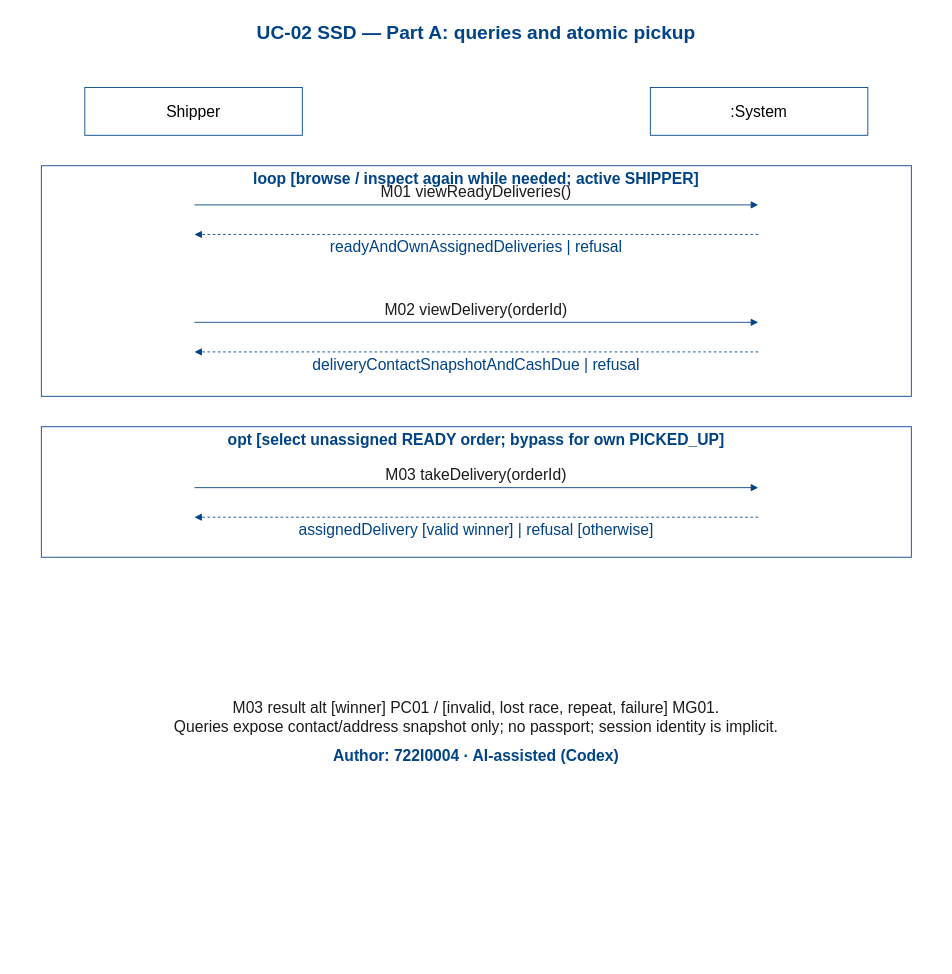
This is models/UC-02/ssd_uc02_PartA.drawio from Dat071104/SaigonBite, a draw.io file, before an edit. Source tidied: cells renumbered, new cells numbered last; positions are measured from the earlier drawing's top-left corner, leaving out a move shared by most shapes. Both pictures are drawn from the tidied source at 87%, with x=0, y=0 at pixel (15, 15).
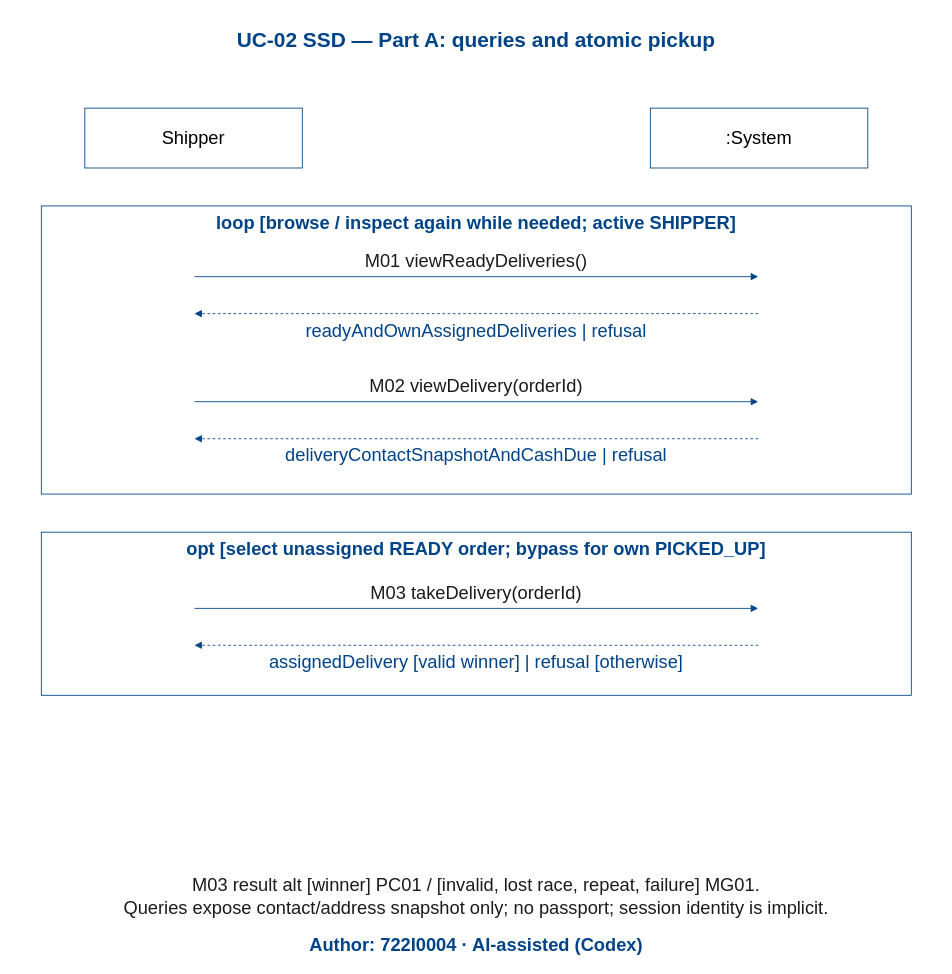
The same page after the edit.

What changed in the source:
```diff
@@
-    <mxCell id="2" value="UC-02 SSD — Part A: queries and atomic pickup" style="text;html=0;whiteSpace=wrap;fontSize=22;fontColor=#004387;fontStyle=1;align=center;verticalAlign=middle;strokeColor=none;fillColor=none;" parent="1" vertex="1">
-      <mxGeometry width="1060" height="42" as="geometry" />
+    <mxCell id="2" value="UC-02 SSD — Part A: queries and atomic pickup" style="text;html=0;whiteSpace=wrap;fontSize=24;fontColor=#004387;fontStyle=1;align=center;verticalAlign=middle;strokeColor=none;fillColor=none;" parent="1" vertex="1">
+      <mxGeometry y="3" width="1060" height="52.5" as="geometry" />
     </mxCell>
-    <mxCell id="3" value="Author: 722I0004 · AI-assisted (Codex)" style="text;html=0;whiteSpace=wrap;fontSize=18;fontColor=#004387;fontStyle=1;align=center;verticalAlign=middle;strokeColor=none;fillColor=none;" parent="1" vertex="1">
-      <mxGeometry y="838" width="1060" height="28" as="geometry" />
+    <mxCell id="3" value="Author: 722I0004 · AI-assisted (Codex)" style="text;html=0;whiteSpace=wrap;fontSize=21;fontColor=#004387;fontStyle=1;align=center;verticalAlign=middle;strokeColor=none;fillColor=none;" parent="1" vertex="1">
+      <mxGeometry y="1050.5" width="1060" height="35" as="geometry" />
     </mxCell>
-    <mxCell id="4" value="Shipper" style="rounded=0;html=0;whiteSpace=wrap;strokeColor=#004387;fillColor=white;fontSize=18;align=center;verticalAlign=middle;" parent="1" vertex="1">
-      <mxGeometry x="80" y="83" width="250" height="55" as="geometry" />
+    <mxCell id="4" value="Shipper" style="rounded=0;html=0;whiteSpace=wrap;strokeColor=#004387;fillColor=white;fontSize=21;align=center;verticalAlign=middle;" parent="1" vertex="1">
+      <mxGeometry x="80" y="106.8" width="250" height="68.8" as="geometry" />
     </mxCell>
-    <mxCell id="5" value=":System" style="rounded=0;html=0;whiteSpace=wrap;strokeColor=#004387;fillColor=white;fontSize=18;align=center;verticalAlign=middle;" parent="1" vertex="1">
-      <mxGeometry x="730" y="83" width="250" height="55" as="geometry" />
+    <mxCell id="5" value=":System" style="rounded=0;html=0;whiteSpace=wrap;strokeColor=#004387;fillColor=white;fontSize=21;align=center;verticalAlign=middle;" parent="1" vertex="1">
+      <mxGeometry x="730" y="106.8" width="250" height="68.8" as="geometry" />
     </mxCell>
-    <mxCell id="6" style="rounded=0;html=0;whiteSpace=wrap;strokeColor=#004387;fillColor=white;fontSize=18;align=center;verticalAlign=middle;" parent="1" vertex="1">
-      <mxGeometry x="30" y="173" width="1000" height="265" as="geometry" />
+    <mxCell id="6" style="rounded=0;html=0;whiteSpace=wrap;strokeColor=#004387;fillColor=white;fontSize=21;align=center;verticalAlign=middle;" parent="1" vertex="1">
+      <mxGeometry x="30" y="219.2" width="1000" height="331.2" as="geometry" />
     </mxCell>
-    <mxCell id="7" value="loop [browse / inspect again while needed; active SHIPPER]" style="text;html=0;whiteSpace=wrap;fontSize=18;fontColor=#004387;fontStyle=1;align=center;verticalAlign=middle;strokeColor=none;fillColor=none;" parent="1" vertex="1">
-      <mxGeometry x="35" y="175" width="990" height="26" as="geometry" />
+    <mxCell id="7" value="loop [browse / inspect again while needed; active SHIPPER]" style="text;html=0;whiteSpace=wrap;fontSize=21;fontColor=#004387;fontStyle=1;align=center;verticalAlign=middle;strokeColor=none;fillColor=none;" parent="1" vertex="1">
+      <mxGeometry x="35" y="221.8" width="990" height="32.5" as="geometry" />
     </mxCell>
-    <mxCell id="8" style="rounded=0;html=0;whiteSpace=wrap;strokeColor=#004387;fillColor=white;fontSize=18;align=center;verticalAlign=middle;" parent="1" vertex="1">
-      <mxGeometry x="30" y="473" width="1000" height="150" as="geometry" />
+    <mxCell id="8" style="rounded=0;html=0;whiteSpace=wrap;strokeColor=#004387;fillColor=white;fontSize=21;align=center;verticalAlign=middle;" parent="1" vertex="1">
+      <mxGeometry x="30" y="594.2" width="1000" height="187.5" as="geometry" />
     </mxCell>
-    <mxCell id="9" value="opt [select unassigned READY order; bypass for own PICKED_UP]" style="text;html=0;whiteSpace=wrap;fontSize=18;fontColor=#004387;fontStyle=1;align=center;verticalAlign=middle;strokeColor=none;fillColor=none;" parent="1" vertex="1">
-      <mxGeometry x="35" y="475" width="990" height="26" as="geometry" />
+    <mxCell id="9" value="opt [select unassigned READY order; bypass for own PICKED_UP]" style="text;html=0;whiteSpace=wrap;fontSize=21;fontColor=#004387;fontStyle=1;align=center;verticalAlign=middle;strokeColor=none;fillColor=none;" parent="1" vertex="1">
+      <mxGeometry x="35" y="596.8" width="990" height="32.5" as="geometry" />
     </mxCell>
     <mxCell id="10" style="opacity=0;strokeOpacity=0;fillOpacity=0;" parent="1" vertex="1">
-      <mxGeometry x="204" y="217" width="2" height="2" as="geometry" />
+      <mxGeometry x="204" y="299.5" width="2" height="2" as="geometry" />
     </mxCell>
     <mxCell id="11" style="opacity=0;strokeOpacity=0;fillOpacity=0;" parent="1" vertex="1">
-      <mxGeometry x="204" y="251" width="2" height="2" as="geometry" />
+      <mxGeometry x="204" y="342" width="2" height="2" as="geometry" />
     </mxCell>
     <mxCell id="12" style="opacity=0;strokeOpacity=0;fillOpacity=0;" parent="1" vertex="1">
-      <mxGeometry x="854" y="217" width="2" height="2" as="geometry" />
+      <mxGeometry x="854" y="299.5" width="2" height="2" as="geometry" />
     </mxCell>
     <mxCell id="13" style="opacity=0;strokeOpacity=0;fillOpacity=0;" parent="1" vertex="1">
-      <mxGeometry x="854" y="251" width="2" height="2" as="geometry" />
+      <mxGeometry x="854" y="342" width="2" height="2" as="geometry" />
     </mxCell>
@@
-    <mxCell id="15" value="M01 viewReadyDeliveries()" style="text;html=0;whiteSpace=wrap;fontSize=18;fontColor=#1B1B1B;fontStyle=0;align=center;verticalAlign=middle;strokeColor=none;fillColor=none;" parent="1" vertex="1">
-      <mxGeometry x="220" y="191" width="620" height="25" as="geometry" />
+    <mxCell id="15" value="M01 viewReadyDeliveries()" style="text;html=0;whiteSpace=wrap;fontSize=21;fontColor=#1B1B1B;fontStyle=0;align=center;verticalAlign=middle;strokeColor=none;fillColor=none;" parent="1" vertex="1">
+      <mxGeometry x="220" y="266.8" width="620" height="31.2" as="geometry" />
     </mxCell>
@@
-    <mxCell id="17" value="readyAndOwnAssignedDeliveries | refusal" style="text;html=0;whiteSpace=wrap;fontSize=18;fontColor=#004387;fontStyle=0;align=center;verticalAlign=middle;strokeColor=none;fillColor=none;" parent="1" vertex="1">
-      <mxGeometry x="225" y="254" width="610" height="26" as="geometry" />
+    <mxCell id="17" value="readyAndOwnAssignedDeliveries | refusal" style="text;html=0;whiteSpace=wrap;fontSize=21;fontColor=#004387;fontStyle=0;align=center;verticalAlign=middle;strokeColor=none;fillColor=none;" parent="1" vertex="1">
+      <mxGeometry x="225" y="345.5" width="610" height="32.5" as="geometry" />
     </mxCell>
     <mxCell id="18" style="opacity=0;strokeOpacity=0;fillOpacity=0;" parent="1" vertex="1">
-      <mxGeometry x="204" y="352" width="2" height="2" as="geometry" />
+      <mxGeometry x="204" y="443.2" width="2" height="2" as="geometry" />
     </mxCell>
     <mxCell id="19" style="opacity=0;strokeOpacity=0;fillOpacity=0;" parent="1" vertex="1">
-      <mxGeometry x="204" y="386" width="2" height="2" as="geometry" />
+      <mxGeometry x="204" y="485.8" width="2" height="2" as="geometry" />
     </mxCell>
     <mxCell id="20" style="opacity=0;strokeOpacity=0;fillOpacity=0;" parent="1" vertex="1">
-      <mxGeometry x="854" y="352" width="2" height="2" as="geometry" />
+      <mxGeometry x="854" y="443.2" width="2" height="2" as="geometry" />
     </mxCell>
     <mxCell id="21" style="opacity=0;strokeOpacity=0;fillOpacity=0;" parent="1" vertex="1">
-      <mxGeometry x="854" y="386" width="2" height="2" as="geometry" />
+      <mxGeometry x="854" y="485.8" width="2" height="2" as="geometry" />
     </mxCell>
@@
-    <mxCell id="23" value="M02 viewDelivery(orderId)" style="text;html=0;whiteSpace=wrap;fontSize=18;fontColor=#1B1B1B;fontStyle=0;align=center;verticalAlign=middle;strokeColor=none;fillColor=none;" parent="1" vertex="1">
-      <mxGeometry x="220" y="326" width="620" height="25" as="geometry" />
+    <mxCell id="23" value="M02 viewDelivery(orderId)" style="text;html=0;whiteSpace=wrap;fontSize=21;fontColor=#1B1B1B;fontStyle=0;align=center;verticalAlign=middle;strokeColor=none;fillColor=none;" parent="1" vertex="1">
+      <mxGeometry x="220" y="410.5" width="620" height="31.2" as="geometry" />
     </mxCell>
@@
-    <mxCell id="25" value="deliveryContactSnapshotAndCashDue | refusal" style="text;html=0;whiteSpace=wrap;fontSize=18;fontColor=#004387;fontStyle=0;align=center;verticalAlign=middle;strokeColor=none;fillColor=none;" parent="1" vertex="1">
-      <mxGeometry x="225" y="389" width="610" height="26" as="geometry" />
+    <mxCell id="25" value="deliveryContactSnapshotAndCashDue | refusal" style="text;html=0;whiteSpace=wrap;fontSize=21;fontColor=#004387;fontStyle=0;align=center;verticalAlign=middle;strokeColor=none;fillColor=none;" parent="1" vertex="1">
+      <mxGeometry x="225" y="489.2" width="610" height="32.5" as="geometry" />
     </mxCell>
     <mxCell id="26" style="opacity=0;strokeOpacity=0;fillOpacity=0;" parent="1" vertex="1">
-      <mxGeometry x="204" y="542" width="2" height="2" as="geometry" />
+      <mxGeometry x="204" y="680.8" width="2" height="2" as="geometry" />
     </mxCell>
     <mxCell id="27" style="opacity=0;strokeOpacity=0;fillOpacity=0;" parent="1" vertex="1">
-      <mxGeometry x="204" y="576" width="2" height="2" as="geometry" />
+      <mxGeometry x="204" y="723.2" width="2" height="2" as="geometry" />
     </mxCell>
     <mxCell id="28" style="opacity=0;strokeOpacity=0;fillOpacity=0;" parent="1" vertex="1">
-      <mxGeometry x="854" y="542" width="2" height="2" as="geometry" />
+      <mxGeometry x="854" y="680.8" width="2" height="2" as="geometry" />
     </mxCell>
     <mxCell id="29" style="opacity=0;strokeOpacity=0;fillOpacity=0;" parent="1" vertex="1">
-      <mxGeometry x="854" y="576" width="2" height="2" as="geometry" />
+      <mxGeometry x="854" y="723.2" width="2" height="2" as="geometry" />
     </mxCell>
@@
-    <mxCell id="31" value="M03 takeDelivery(orderId)" style="text;html=0;whiteSpace=wrap;fontSize=18;fontColor=#1B1B1B;fontStyle=0;align=center;verticalAlign=middle;strokeColor=none;fillColor=none;" parent="1" vertex="1">
-      <mxGeometry x="220" y="516" width="620" height="25" as="geometry" />
+    <mxCell id="31" value="M03 takeDelivery(orderId)" style="text;html=0;whiteSpace=wrap;fontSize=21;fontColor=#1B1B1B;fontStyle=0;align=center;verticalAlign=middle;strokeColor=none;fillColor=none;" parent="1" vertex="1">
+      <mxGeometry x="220" y="648" width="620" height="31.2" as="geometry" />
     </mxCell>
@@
-    <mxCell id="33" value="assignedDelivery [valid winner] | refusal [otherwise]" style="text;html=0;whiteSpace=wrap;fontSize=18;fontColor=#004387;fontStyle=0;align=center;verticalAlign=middle;strokeColor=none;fillColor=none;" parent="1" vertex="1">
-      <mxGeometry x="225" y="579" width="610" height="26" as="geometry" />
+    <mxCell id="33" value="assignedDelivery [valid winner] | refusal [otherwise]" style="text;html=0;whiteSpace=wrap;fontSize=21;fontColor=#004387;fontStyle=0;align=center;verticalAlign=middle;strokeColor=none;fillColor=none;" parent="1" vertex="1">
+      <mxGeometry x="225" y="726.8" width="610" height="32.5" as="geometry" />
     </mxCell>
-    <mxCell id="34" value="M03 result alt [winner] PC01 / [invalid, lost race, repeat, failure] MG01.&#10;Queries expose contact/address snapshot only; no passport; session identity is implicit." style="text;html=0;whiteSpace=wrap;fontSize=18;fontColor=#1B1B1B;fontStyle=0;align=center;verticalAlign=middle;strokeColor=none;fillColor=none;" parent="1" vertex="1">
-      <mxGeometry y="783" width="1060" height="48" as="geometry" />
+    <mxCell id="34" value="M03 result alt [winner] PC01 / [invalid, lost race, repeat, failure] MG01.&#10;Queries expose contact/address snapshot only; no passport; session identity is implicit." style="text;html=0;whiteSpace=wrap;fontSize=21;fontColor=#1B1B1B;fontStyle=0;align=center;verticalAlign=middle;strokeColor=none;fillColor=none;" parent="1" vertex="1">
+      <mxGeometry y="981.8" width="1060" height="60" as="geometry" />
     </mxCell>
```
